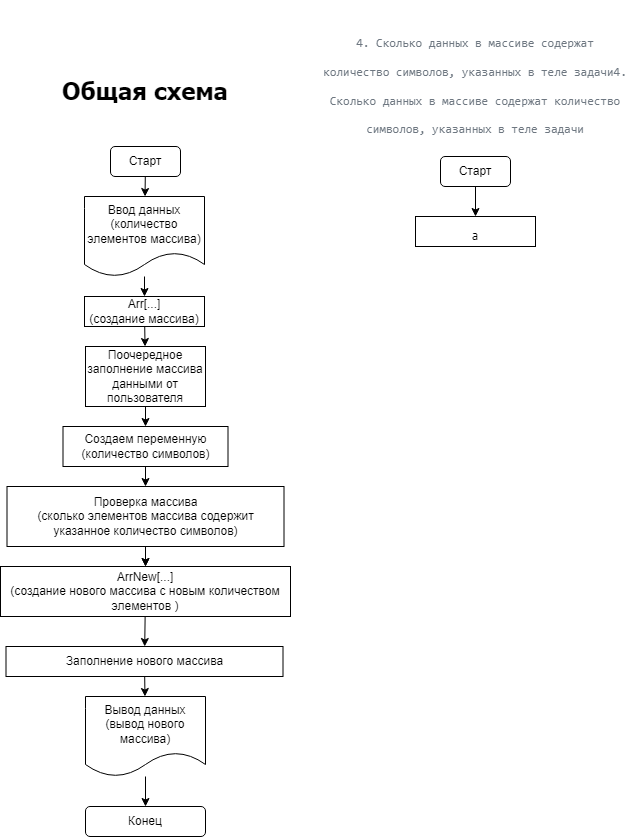
Before: finalProject/diagram.drawio.png, a diagram exported from draw.io (1Gar/finished_lesson). Source tidied: cells renumbered, new cells last; positions are measured from the earlier drawing's top-left corner, leaving out a move shared by most shapes. Its diagram source:
```xml
<mxGraphModel>
  <root>
    <mxCell id="0" />
    <mxCell id="1" parent="0" />
    <mxCell id="2" style="edgeStyle=none;html=1;" parent="1" edge="1" source="3" target="5">
      <mxGeometry relative="1" as="geometry" />
    </mxCell>
    <mxCell id="3" value="Старт" style="rounded=1;whiteSpace=wrap;html=1;" parent="1" vertex="1">
      <mxGeometry x="110" y="80" width="70" height="30" as="geometry" />
    </mxCell>
    <mxCell id="4" style="edgeStyle=none;html=1;" parent="1" edge="1" source="5" target="7">
      <mxGeometry relative="1" as="geometry" />
    </mxCell>
    <mxCell id="5" value="Ввод данных&lt;br&gt;(количество элементов массива)" style="shape=document;whiteSpace=wrap;html=1;boundedLbl=1;" parent="1" vertex="1">
      <mxGeometry x="84" y="130" width="120" height="80" as="geometry" />
    </mxCell>
    <mxCell id="6" style="edgeStyle=none;html=1;" parent="1" edge="1" source="7" target="9">
      <mxGeometry relative="1" as="geometry" />
    </mxCell>
    <mxCell id="7" value="Arr[...]&lt;br&gt;(создание массива)" style="rounded=0;whiteSpace=wrap;html=1;" parent="1" vertex="1">
      <mxGeometry x="84" y="230" width="120" height="30" as="geometry" />
    </mxCell>
    <mxCell id="8" style="edgeStyle=none;html=1;" parent="1" edge="1" source="9" target="11">
      <mxGeometry relative="1" as="geometry" />
    </mxCell>
    <mxCell id="9" value="Поочередное заполнение массива данными от пользователя" style="rounded=0;whiteSpace=wrap;html=1;" parent="1" vertex="1">
      <mxGeometry x="85" y="280" width="120" height="60" as="geometry" />
    </mxCell>
    <mxCell id="10" style="edgeStyle=none;html=1;" parent="1" edge="1" source="11" target="14">
      <mxGeometry relative="1" as="geometry" />
    </mxCell>
    <mxCell id="11" value="Создаем переменную&lt;br&gt;(количество символов)" style="rounded=0;whiteSpace=wrap;html=1;" parent="1" vertex="1">
      <mxGeometry x="62.5" y="360" width="165" height="40" as="geometry" />
    </mxCell>
    <mxCell id="12" style="edgeStyle=none;html=1;" parent="1" edge="1" source="14" target="16">
      <mxGeometry relative="1" as="geometry" />
    </mxCell>
    <mxCell id="13" style="edgeStyle=none;html=1;" parent="1" edge="1" source="14" target="16">
      <mxGeometry relative="1" as="geometry" />
    </mxCell>
    <mxCell id="14" value="Проверка массива&lt;br&gt;(сколько элементов массива содержит указанное количество символов)" style="rounded=0;whiteSpace=wrap;html=1;" parent="1" vertex="1">
      <mxGeometry x="6.5" y="420" width="277" height="60" as="geometry" />
    </mxCell>
    <mxCell id="15" style="edgeStyle=none;html=1;" parent="1" edge="1" source="16" target="18">
      <mxGeometry relative="1" as="geometry" />
    </mxCell>
    <mxCell id="16" value="ArrNew[...]&lt;br&gt;(создание нового массива с новым количеством элементов )" style="rounded=0;whiteSpace=wrap;html=1;" parent="1" vertex="1">
      <mxGeometry y="500" width="290" height="50" as="geometry" />
    </mxCell>
    <mxCell id="17" style="edgeStyle=none;html=1;" parent="1" edge="1" source="18" target="20">
      <mxGeometry relative="1" as="geometry" />
    </mxCell>
    <mxCell id="18" value="Заполнение нового массива" style="rounded=0;whiteSpace=wrap;html=1;" parent="1" vertex="1">
      <mxGeometry x="5.5" y="580" width="277" height="30" as="geometry" />
    </mxCell>
    <mxCell id="19" style="edgeStyle=none;html=1;" parent="1" edge="1" source="20" target="21">
      <mxGeometry relative="1" as="geometry" />
    </mxCell>
    <mxCell id="20" value="Вывод данных&lt;br&gt;(вывод нового массива)" style="shape=document;whiteSpace=wrap;html=1;boundedLbl=1;" parent="1" vertex="1">
      <mxGeometry x="85" y="630" width="120" height="80" as="geometry" />
    </mxCell>
    <mxCell id="21" value="Конец" style="rounded=1;whiteSpace=wrap;html=1;" parent="1" vertex="1">
      <mxGeometry x="85" y="740" width="120" height="30" as="geometry" />
    </mxCell>
    <mxCell id="22" value="&lt;b&gt;&lt;font face=&quot;Tahoma&quot; style=&quot;font-size: 24px;&quot;&gt;Общая схема&lt;/font&gt;&lt;/b&gt;" style="text;html=1;strokeColor=none;fillColor=none;align=center;verticalAlign=middle;whiteSpace=wrap;rounded=0;" parent="1" vertex="1">
      <mxGeometry x="21.2" y="10" width="247.5" height="30" as="geometry" />
    </mxCell>
    <mxCell id="23" value="&lt;p&gt;&lt;span style=&quot;color: rgb(110, 119, 129); font-family: ui-monospace, SFMono-Regular, &amp;quot;SF Mono&amp;quot;, Menlo, Consolas, &amp;quot;Liberation Mono&amp;quot;, monospace; font-size: 12px; text-align: start; background-color: rgb(255, 255, 255);&quot;&gt;4. Сколько данных в массиве содержат количество символов, указанных в теле задачи&lt;/span&gt;&lt;span style=&quot;color: rgb(110, 119, 129); font-family: ui-monospace, SFMono-Regular, &amp;quot;SF Mono&amp;quot;, Menlo, Consolas, &amp;quot;Liberation Mono&amp;quot;, monospace; font-size: 12px; text-align: start; background-color: rgb(255, 255, 255);&quot;&gt;4. Сколько данных в массиве содержат количество символов, указанных в теле задачи&lt;/span&gt;&lt;/p&gt;" style="text;html=1;strokeColor=none;fillColor=none;align=center;verticalAlign=middle;whiteSpace=wrap;rounded=0;fontFamily=Tahoma;fontSize=24;" parent="1" vertex="1">
      <mxGeometry x="320" width="310" height="30" as="geometry" />
    </mxCell>
    <mxCell id="24" style="edgeStyle=none;html=1;fontFamily=Tahoma;fontSize=24;" parent="1" edge="1" source="25">
      <mxGeometry relative="1" as="geometry">
        <mxPoint x="475" y="150" as="targetPoint" />
      </mxGeometry>
    </mxCell>
    <mxCell id="25" value="Старт" style="rounded=1;whiteSpace=wrap;html=1;" parent="1" vertex="1">
      <mxGeometry x="440" y="90" width="70" height="30" as="geometry" />
    </mxCell>
    <mxCell id="26" value="&lt;font style=&quot;font-size: 12px;&quot;&gt;а&lt;/font&gt;" style="rounded=0;whiteSpace=wrap;html=1;fontFamily=Tahoma;fontSize=24;" parent="1" vertex="1">
      <mxGeometry x="415" y="150" width="120" height="30" as="geometry" />
    </mxCell>
  </root>
</mxGraphModel>
```
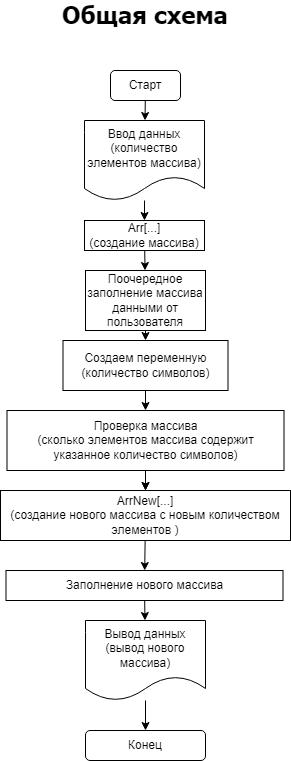
Later version of the same file.

Diff of the diagram source:
```diff
@@ -30,7 +30,7 @@
       <mxGeometry relative="1" as="geometry" />
     </mxCell>
     <mxCell id="11" value="Создаем переменную&lt;br&gt;(количество символов)" style="rounded=0;whiteSpace=wrap;html=1;" parent="1" vertex="1">
-      <mxGeometry x="62.5" y="360" width="165" height="40" as="geometry" />
+      <mxGeometry x="62.5" y="350" width="165" height="50" as="geometry" />
     </mxCell>
     <mxCell id="12" style="edgeStyle=none;html=1;" parent="1" edge="1" source="14" target="16">
       <mxGeometry relative="1" as="geometry" />
@@ -65,19 +65,5 @@
     <mxCell id="22" value="&lt;b&gt;&lt;font face=&quot;Tahoma&quot; style=&quot;font-size: 24px;&quot;&gt;Общая схема&lt;/font&gt;&lt;/b&gt;" style="text;html=1;strokeColor=none;fillColor=none;align=center;verticalAlign=middle;whiteSpace=wrap;rounded=0;" parent="1" vertex="1">
       <mxGeometry x="21.2" y="10" width="247.5" height="30" as="geometry" />
     </mxCell>
-    <mxCell id="23" value="&lt;p&gt;&lt;span style=&quot;color: rgb(110, 119, 129); font-family: ui-monospace, SFMono-Regular, &amp;quot;SF Mono&amp;quot;, Menlo, Consolas, &amp;quot;Liberation Mono&amp;quot;, monospace; font-size: 12px; text-align: start; background-color: rgb(255, 255, 255);&quot;&gt;4. Сколько данных в массиве содержат количество символов, указанных в теле задачи&lt;/span&gt;&lt;span style=&quot;color: rgb(110, 119, 129); font-family: ui-monospace, SFMono-Regular, &amp;quot;SF Mono&amp;quot;, Menlo, Consolas, &amp;quot;Liberation Mono&amp;quot;, monospace; font-size: 12px; text-align: start; background-color: rgb(255, 255, 255);&quot;&gt;4. Сколько данных в массиве содержат количество символов, указанных в теле задачи&lt;/span&gt;&lt;/p&gt;" style="text;html=1;strokeColor=none;fillColor=none;align=center;verticalAlign=middle;whiteSpace=wrap;rounded=0;fontFamily=Tahoma;fontSize=24;" parent="1" vertex="1">
-      <mxGeometry x="320" width="310" height="30" as="geometry" />
-    </mxCell>
-    <mxCell id="24" style="edgeStyle=none;html=1;fontFamily=Tahoma;fontSize=24;" parent="1" edge="1" source="25">
-      <mxGeometry relative="1" as="geometry">
-        <mxPoint x="475" y="150" as="targetPoint" />
-      </mxGeometry>
-    </mxCell>
-    <mxCell id="25" value="Старт" style="rounded=1;whiteSpace=wrap;html=1;" parent="1" vertex="1">
-      <mxGeometry x="440" y="90" width="70" height="30" as="geometry" />
-    </mxCell>
-    <mxCell id="26" value="&lt;font style=&quot;font-size: 12px;&quot;&gt;а&lt;/font&gt;" style="rounded=0;whiteSpace=wrap;html=1;fontFamily=Tahoma;fontSize=24;" parent="1" vertex="1">
-      <mxGeometry x="415" y="150" width="120" height="30" as="geometry" />
-    </mxCell>
   </root>
 </mxGraphModel>
```
